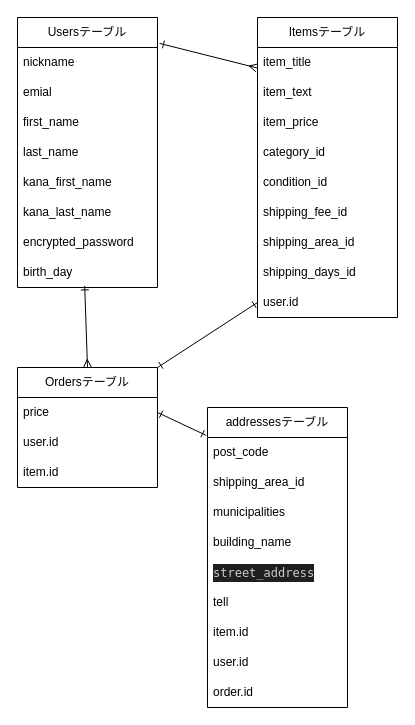
Before: test.dio in yato1122/furima-39462, a draw.io diagram. Source tidied: cells renumbered, new cells numbered last; positions are measured from the earlier drawing's top-left corner, leaving out a move shared by most shapes. Both pictures are drawn from the tidied source at 100%, with x=0, y=0 at pixel (17, 17).
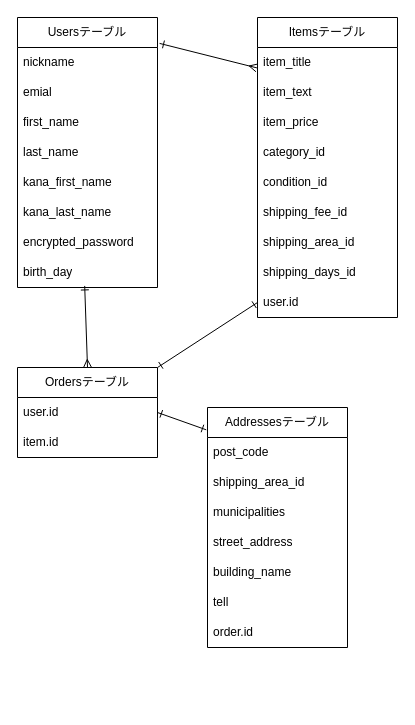
After the change.

Diff of the diagram source:
```diff
@@
     <mxCell id="24" value="Ordersテーブル" style="swimlane;fontStyle=0;horizontal=1;startSize=30;whiteSpace=wrap;html=1;" parent="1" vertex="1">
-      <mxGeometry y="350" width="140" height="120" as="geometry" />
+      <mxGeometry y="350" width="140" height="90" as="geometry" />
     </mxCell>
-    <mxCell id="25" value="price" style="text;strokeColor=none;fillColor=none;align=left;verticalAlign=middle;spacingLeft=4;spacingRight=4;overflow=hidden;points=[[0,0.5],[1,0.5]];portConstraint=eastwest;whiteSpace=wrap;html=1;" parent="24" vertex="1">
-      <mxGeometry y="30" width="140" height="30" as="geometry" />
-    </mxCell>
     <mxCell id="26" value="user.id" style="text;strokeColor=none;fillColor=none;align=left;verticalAlign=middle;spacingLeft=4;spacingRight=4;overflow=hidden;whiteSpace=wrap;html=1;" parent="24" vertex="1">
-      <mxGeometry y="60" width="140" height="30" as="geometry" />
+      <mxGeometry y="30" width="140" height="30" as="geometry" />
     </mxCell>
     <mxCell id="27" value="item.id" style="text;strokeColor=none;fillColor=none;align=left;verticalAlign=middle;spacingLeft=4;spacingRight=4;overflow=hidden;whiteSpace=wrap;html=1;" parent="24" vertex="1">
-      <mxGeometry y="90" width="140" height="30" as="geometry" />
+      <mxGeometry y="60" width="140" height="30" as="geometry" />
     </mxCell>
-    <mxCell id="28" value="addressesテーブル" style="swimlane;fontStyle=0;horizontal=1;startSize=30;whiteSpace=wrap;html=1;" parent="1" vertex="1">
-      <mxGeometry x="190" y="390" width="140" height="300" as="geometry" />
+    <mxCell id="28" value="Addressesテーブル" style="swimlane;fontStyle=0;horizontal=1;startSize=30;whiteSpace=wrap;html=1;" parent="1" vertex="1">
+      <mxGeometry x="190" y="390" width="140" height="240" as="geometry" />
     </mxCell>
@@
+    <mxCell id="33" value="street_address" style="text;strokeColor=none;fillColor=none;align=left;verticalAlign=middle;spacingLeft=4;spacingRight=4;overflow=hidden;whiteSpace=wrap;html=1;" parent="28" vertex="1">
+      <mxGeometry y="120" width="140" height="30" as="geometry" />
+    </mxCell>
     <mxCell id="32" value="building_name" style="text;strokeColor=none;fillColor=none;align=left;verticalAlign=middle;spacingLeft=4;spacingRight=4;overflow=hidden;whiteSpace=wrap;html=1;" parent="28" vertex="1">
-      <mxGeometry y="120" width="140" height="30" as="geometry" />
+      <mxGeometry y="150" width="140" height="30" as="geometry" />
     </mxCell>
-    <mxCell id="33" value="&lt;div style=&quot;color: rgb(204, 204, 204); background-color: rgb(31, 31, 31); font-family: Menlo, Monaco, &amp;quot;Courier New&amp;quot;, monospace; line-height: 18px;&quot;&gt;&lt;div style=&quot;line-height: 18px;&quot;&gt;street_address&lt;/div&gt;&lt;/div&gt;" style="text;strokeColor=none;fillColor=none;align=left;verticalAlign=middle;spacingLeft=4;spacingRight=4;overflow=hidden;whiteSpace=wrap;html=1;" parent="28" vertex="1">
-      <mxGeometry y="150" width="140" height="30" as="geometry" />
-    </mxCell>
@@
-    <mxCell id="35" value="item.id" style="text;strokeColor=none;fillColor=none;align=left;verticalAlign=middle;spacingLeft=4;spacingRight=4;overflow=hidden;whiteSpace=wrap;html=1;" parent="28" vertex="1">
-      <mxGeometry y="210" width="140" height="30" as="geometry" />
-    </mxCell>
-    <mxCell id="36" value="user.id" style="text;strokeColor=none;fillColor=none;align=left;verticalAlign=middle;spacingLeft=4;spacingRight=4;overflow=hidden;whiteSpace=wrap;html=1;" parent="28" vertex="1">
-      <mxGeometry y="240" width="140" height="30" as="geometry" />
-    </mxCell>
     <mxCell id="37" value="order.id" style="text;strokeColor=none;fillColor=none;align=left;verticalAlign=middle;spacingLeft=4;spacingRight=4;overflow=hidden;whiteSpace=wrap;html=1;" parent="28" vertex="1">
-      <mxGeometry y="270" width="140" height="30" as="geometry" />
+      <mxGeometry y="210" width="140" height="30" as="geometry" />
     </mxCell>
@@
-    <mxCell id="40" style="edgeStyle=none;html=1;exitX=1;exitY=0.5;exitDx=0;exitDy=0;entryX=-0.009;entryY=0.093;entryDx=0;entryDy=0;entryPerimeter=0;startArrow=ERone;startFill=0;endArrow=ERone;endFill=0;" parent="1" edge="1" source="25" target="28">
-      <mxGeometry relative="1" as="geometry" />
+    <mxCell id="40" style="edgeStyle=none;html=1;exitX=1;exitY=0.5;exitDx=0;exitDy=0;entryX=-0.009;entryY=0.093;entryDx=0;entryDy=0;entryPerimeter=0;startArrow=ERone;startFill=0;endArrow=ERone;endFill=0;" parent="1" edge="1" target="28">
+      <mxGeometry relative="1" as="geometry">
+        <mxPoint x="140" y="395" as="sourcePoint" />
+      </mxGeometry>
     </mxCell>
```
